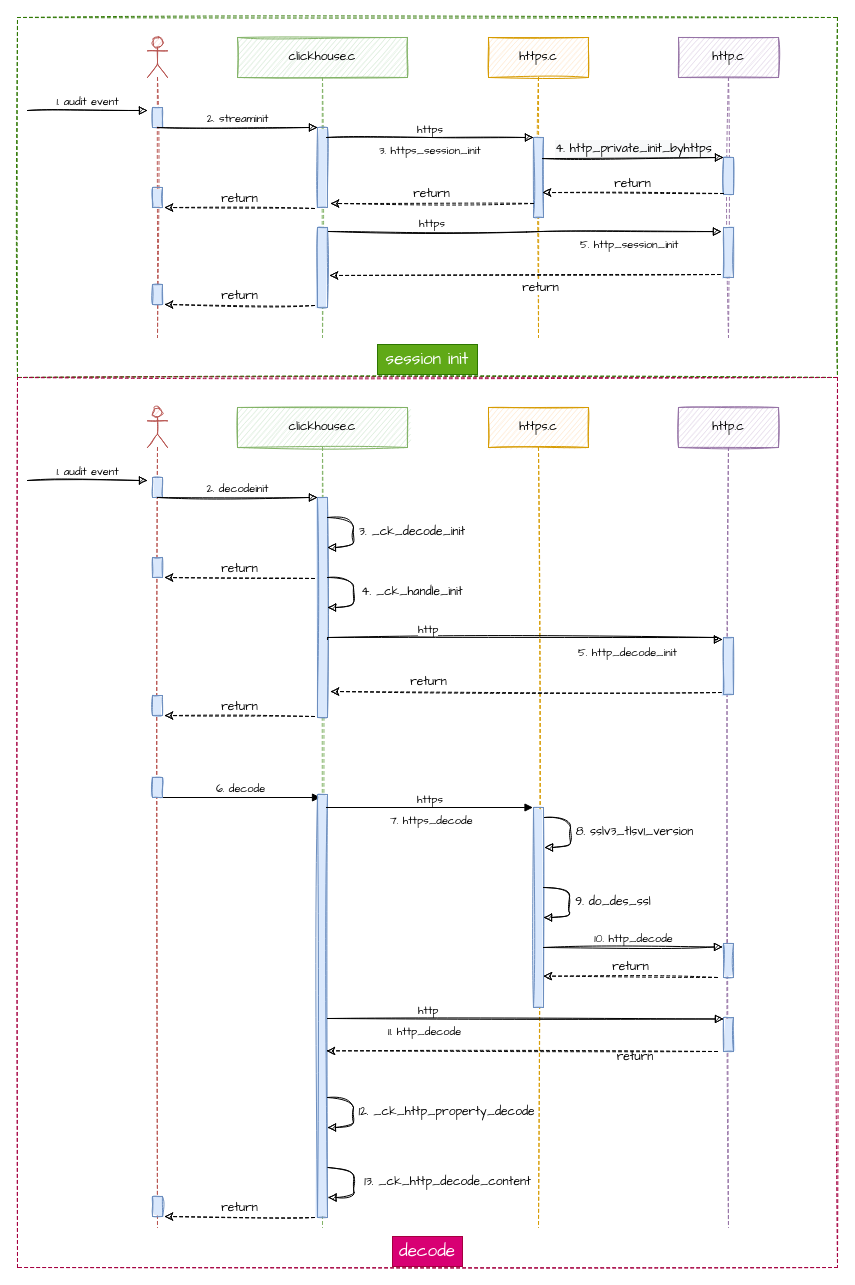
The draw.io diagram clickhouse interact http.drawio in leonce28/draw-io-img, before the edit. Source tidied: cells renumbered, new cells numbered last; positions are measured from the earlier drawing's top-left corner, leaving out a move shared by most shapes. Both pictures are drawn from the tidied source at 100%, with x=0, y=0 at pixel (17, 17).
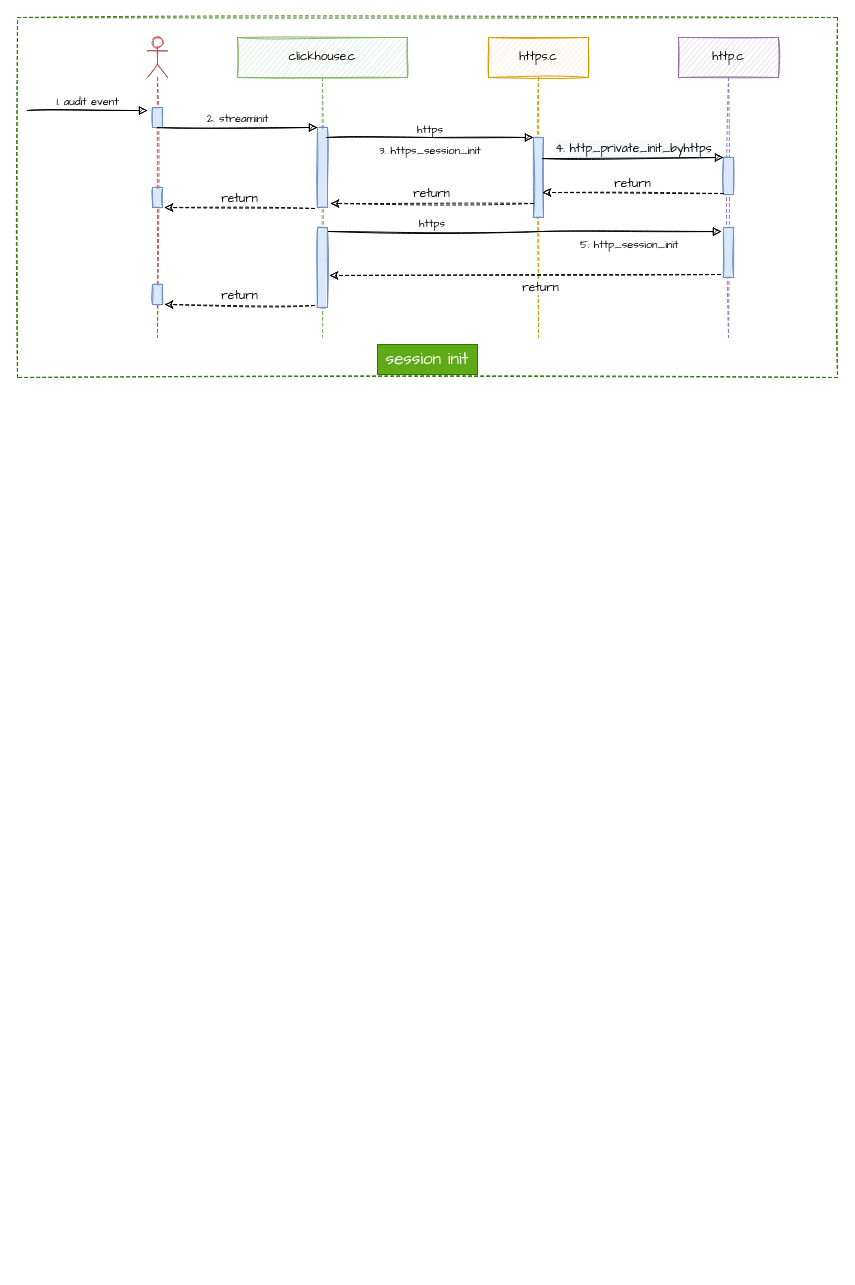
After the change.

Change to the diagram source:
```diff
@@
-    <mxCell id="28" style="rounded=0;whiteSpace=wrap;html=1;fontFamily=Comic Sans MS;fontSize=12;fillColor=none;dashed=1;sketch=1;horizontal=1;fontColor=#ffffff;strokeColor=#A50040;" parent="1" vertex="1">
-      <mxGeometry y="360" width="820" height="890" as="geometry" />
-    </mxCell>
-    <mxCell id="29" style="shape=umlLifeline;participant=umlActor;perimeter=lifelinePerimeter;whiteSpace=wrap;html=1;verticalAlign=top;spacingTop=36;horizontal=1;fontFamily=Comic Sans MS;sketch=1;fillColor=#f8cecc;strokeColor=#b85450;" parent="1" vertex="1">
-      <mxGeometry x="130" y="390" width="20" height="820" as="geometry" />
-    </mxCell>
-    <mxCell id="30" style="html=1;perimeter=orthogonalPerimeter;horizontal=1;fontFamily=Comic Sans MS;sketch=1;fillColor=#dae8fc;strokeColor=#6c8ebf;fillStyle=solid;" parent="29" vertex="1">
-      <mxGeometry x="5" y="70" width="10" height="20" as="geometry" />
-    </mxCell>
-    <mxCell id="31" style="html=1;perimeter=orthogonalPerimeter;horizontal=1;fontFamily=Comic Sans MS;sketch=1;fillColor=#dae8fc;strokeColor=#6c8ebf;fillStyle=solid;" parent="29" vertex="1">
-      <mxGeometry x="5" y="150" width="10" height="20" as="geometry" />
-    </mxCell>
-    <mxCell id="32" value="clickhouse.c" style="shape=umlLifeline;perimeter=lifelinePerimeter;whiteSpace=wrap;html=1;horizontal=1;fontFamily=Comic Sans MS;sketch=1;fillColor=#d5e8d4;strokeColor=#82b366;" parent="1" vertex="1">
-      <mxGeometry x="220" y="390" width="170" height="820" as="geometry" />
-    </mxCell>
-    <mxCell id="33" style="html=1;points=[];perimeter=orthogonalPerimeter;horizontal=1;fontFamily=Comic Sans MS;sketch=1;fillColor=#dae8fc;strokeColor=#6c8ebf;fillStyle=solid;" parent="32" vertex="1">
-      <mxGeometry x="80" y="90" width="10" height="220" as="geometry" />
-    </mxCell>
-    <mxCell id="34" value="return" style="html=1;verticalAlign=bottom;endArrow=classic;dashed=1;endSize=6;exitX=0;exitY=0.95;rounded=0;fontFamily=Comic Sans MS;fontSize=12;fontColor=default;strokeWidth=1;endFill=1;horizontal=1;sketch=1;" parent="32" edge="1">
-      <mxGeometry relative="1" as="geometry">
-        <mxPoint x="77" y="171" as="sourcePoint" />
-        <mxPoint x="-73" y="170" as="targetPoint" />
-      </mxGeometry>
-    </mxCell>
-    <mxCell id="35" style="endArrow=block;endFill=1;endSize=6;html=1;align=left;verticalAlign=top;exitX=0.9;exitY=0.25;exitDx=0;exitDy=0;exitPerimeter=0;strokeWidth=1;horizontal=1;fontFamily=Comic Sans MS;sketch=1;curved=1;" parent="32" edge="1">
-      <mxGeometry relative="1" as="geometry">
-        <mxPoint x="90" y="110" as="sourcePoint" />
-        <mxPoint x="90" y="140" as="targetPoint" />
-        <Array as="points">
-          <mxPoint x="116" y="110" />
-          <mxPoint x="116" y="130" />
-          <mxPoint x="116" y="140" />
-        </Array>
-      </mxGeometry>
-    </mxCell>
-    <mxCell id="36" value="6. decode" style="html=1;verticalAlign=bottom;endArrow=block;entryX=0;entryY=0;rounded=0;horizontal=1;fontFamily=Comic Sans MS;" parent="32" edge="1">
-      <mxGeometry relative="1" as="geometry">
-        <mxPoint x="-77" y="390" as="sourcePoint" />
-        <mxPoint x="83" y="390" as="targetPoint" />
-      </mxGeometry>
-    </mxCell>
-    <mxCell id="37" style="html=1;points=[];perimeter=orthogonalPerimeter;horizontal=1;fontFamily=Comic Sans MS;labelBackgroundColor=default;endArrow=block;fontSize=12;align=center;verticalAlign=middle;rounded=0;endFill=1;sketch=1;fillColor=#dae8fc;strokeColor=#6c8ebf;fillStyle=solid;" parent="32" vertex="1">
-      <mxGeometry x="80" y="387" width="10" height="423" as="geometry" />
-    </mxCell>
-    <mxCell id="38" style="html=1;perimeter=orthogonalPerimeter;horizontal=1;fontFamily=Comic Sans MS;sketch=1;fillColor=#dae8fc;strokeColor=#6c8ebf;fillStyle=solid;" parent="32" vertex="1">
-      <mxGeometry x="-85" y="789" width="10" height="20" as="geometry" />
-    </mxCell>
-    <mxCell id="39" value="return" style="html=1;verticalAlign=bottom;endArrow=classic;dashed=1;endSize=6;exitX=0;exitY=0.95;rounded=0;fontFamily=Comic Sans MS;fontSize=12;fontColor=default;strokeWidth=1;endFill=1;horizontal=1;sketch=1;" parent="32" edge="1">
-      <mxGeometry relative="1" as="geometry">
-        <mxPoint x="77" y="810" as="sourcePoint" />
-        <mxPoint x="-73" y="809" as="targetPoint" />
-      </mxGeometry>
-    </mxCell>
-    <mxCell id="40" value="https.c" style="shape=umlLifeline;perimeter=lifelinePerimeter;whiteSpace=wrap;html=1;horizontal=1;fontFamily=Comic Sans MS;sketch=1;fillColor=#ffe6cc;strokeColor=#d79b00;" parent="1" vertex="1">
-      <mxGeometry x="471" y="390" width="100" height="820" as="geometry" />
-    </mxCell>
-    <mxCell id="41" value="return" style="html=1;verticalAlign=bottom;endArrow=classic;dashed=1;endSize=6;exitX=-0.2;exitY=0.965;rounded=0;fontFamily=Comic Sans MS;fontSize=12;fontColor=default;strokeWidth=1;entryX=1.3;entryY=0.95;entryDx=0;entryDy=0;entryPerimeter=0;endFill=1;exitDx=0;exitDy=0;exitPerimeter=0;horizontal=1;sketch=1;" parent="40" edge="1" source="45">
-      <mxGeometry x="0.5" relative="1" as="geometry">
-        <mxPoint x="-158" y="284" as="targetPoint" />
-      </mxGeometry>
-    </mxCell>
-    <mxCell id="42" style="html=1;points=[];perimeter=orthogonalPerimeter;horizontal=1;fontFamily=Comic Sans MS;labelBackgroundColor=default;endArrow=block;fontSize=12;align=center;verticalAlign=middle;rounded=0;endFill=1;sketch=1;fillColor=#dae8fc;strokeColor=#6c8ebf;fillStyle=solid;" parent="40" vertex="1">
-      <mxGeometry x="45" y="400" width="10" height="200" as="geometry" />
-    </mxCell>
-    <mxCell id="43" style="endArrow=block;endFill=1;endSize=6;html=1;align=left;verticalAlign=top;exitX=0.9;exitY=0.25;exitDx=0;exitDy=0;exitPerimeter=0;strokeWidth=1;horizontal=1;fontFamily=Comic Sans MS;sketch=1;curved=1;" parent="40" edge="1">
-      <mxGeometry relative="1" as="geometry">
-        <mxPoint x="56" y="410" as="sourcePoint" />
-        <mxPoint x="56" y="440" as="targetPoint" />
-        <Array as="points">
-          <mxPoint x="82" y="410" />
-          <mxPoint x="82" y="430" />
-          <mxPoint x="82" y="440" />
-        </Array>
-      </mxGeometry>
-    </mxCell>
-    <mxCell id="44" value="http.c" style="shape=umlLifeline;perimeter=lifelinePerimeter;whiteSpace=wrap;html=1;horizontal=1;fontFamily=Comic Sans MS;sketch=1;fillColor=#e1d5e7;strokeColor=#9673a6;" parent="1" vertex="1">
-      <mxGeometry x="661" y="390" width="100" height="820" as="geometry" />
-    </mxCell>
-    <mxCell id="45" style="html=1;points=[];perimeter=orthogonalPerimeter;fontFamily=Comic Sans MS;fontSize=12;fontColor=default;fillColor=#dae8fc;gradientColor=none;horizontal=1;sketch=1;strokeColor=#6c8ebf;fillStyle=solid;" parent="44" vertex="1">
-      <mxGeometry x="45" y="230" width="10" height="57" as="geometry" />
-    </mxCell>
-    <mxCell id="46" style="html=1;perimeter=orthogonalPerimeter;fontFamily=Comic Sans MS;fontSize=12;fontColor=default;fillColor=#dae8fc;gradientColor=none;horizontal=1;labelBackgroundColor=default;endArrow=block;align=center;verticalAlign=middle;rounded=0;endFill=1;sketch=1;strokeColor=#6c8ebf;fillStyle=solid;" parent="44" vertex="1">
-      <mxGeometry x="45" y="536" width="10" height="34" as="geometry" />
-    </mxCell>
-    <mxCell id="47" value="return" style="html=1;verticalAlign=bottom;endArrow=classic;dashed=1;endSize=6;exitX=0;exitY=0.95;rounded=0;fontFamily=Comic Sans MS;fontSize=12;fontColor=default;strokeWidth=1;endFill=1;entryX=1;entryY=0.843;entryDx=0;entryDy=0;entryPerimeter=0;horizontal=1;sketch=1;" parent="44" edge="1" target="42">
-      <mxGeometry relative="1" as="geometry">
-        <mxPoint x="39" y="570" as="sourcePoint" />
-      </mxGeometry>
-    </mxCell>
-    <mxCell id="48" style="html=1;points=[];perimeter=orthogonalPerimeter;fontFamily=Comic Sans MS;fontSize=12;fontColor=default;fillColor=#dae8fc;gradientColor=none;horizontal=1;labelBackgroundColor=default;endArrow=block;align=center;verticalAlign=middle;rounded=0;endFill=1;sketch=1;strokeColor=#6c8ebf;fillStyle=solid;" parent="44" vertex="1">
-      <mxGeometry x="45" y="610" width="10" height="34" as="geometry" />
-    </mxCell>
-    <mxCell id="49" style="html=1;verticalAlign=bottom;endArrow=classic;dashed=1;endSize=6;exitX=0;exitY=0.95;rounded=0;fontFamily=Comic Sans MS;fontSize=12;fontColor=default;strokeWidth=1;endFill=1;entryX=0.9;entryY=0.606;entryDx=0;entryDy=0;entryPerimeter=0;horizontal=1;sketch=1;" parent="44" edge="1" target="37">
-      <mxGeometry x="-0.54" y="16" relative="1" as="geometry">
-        <mxPoint x="39" y="644" as="sourcePoint" />
-      </mxGeometry>
-    </mxCell>
-    <mxCell id="50" value="1. audit event" style="html=1;verticalAlign=bottom;endArrow=block;rounded=0;horizontal=1;fontFamily=Comic Sans MS;sketch=1;" parent="1" edge="1">
-      <mxGeometry relative="1" as="geometry">
-        <mxPoint x="10" y="463" as="sourcePoint" />
-        <mxPoint x="130" y="463" as="targetPoint" />
-      </mxGeometry>
-    </mxCell>
-    <mxCell id="51" value="2. decodeinit" style="html=1;verticalAlign=bottom;endArrow=block;entryX=0;entryY=0;rounded=0;horizontal=1;fontFamily=Comic Sans MS;sketch=1;" parent="1" edge="1" target="33">
-      <mxGeometry relative="1" as="geometry">
-        <mxPoint x="140" y="480" as="sourcePoint" />
-      </mxGeometry>
-    </mxCell>
-    <mxCell id="52" value="decode" style="text;html=1;strokeColor=#A50040;fillColor=#d80073;align=center;verticalAlign=middle;whiteSpace=wrap;rounded=0;fontFamily=Comic Sans MS;fontSize=17;fontColor=#ffffff;horizontal=1;" parent="1" vertex="1">
-      <mxGeometry x="375" y="1219" width="70" height="30" as="geometry" />
-    </mxCell>
-    <mxCell id="53" value="&lt;span style=&quot;text-align: center&quot;&gt;5. http_decode_init&lt;/span&gt;" style="endArrow=block;endFill=1;html=1;edgeStyle=orthogonalEdgeStyle;align=left;verticalAlign=top;rounded=0;entryX=-0.1;entryY=0.035;entryDx=0;entryDy=0;entryPerimeter=0;horizontal=1;fontFamily=Comic Sans MS;sketch=1;" parent="1" edge="1" target="45">
-      <mxGeometry x="0.26" y="-2" relative="1" as="geometry">
-        <mxPoint x="310" y="622" as="sourcePoint" />
-        <Array as="points">
-          <mxPoint x="700" y="620" />
-          <mxPoint x="700" y="622" />
-        </Array>
-      </mxGeometry>
-    </mxCell>
-    <mxCell id="54" value="http" style="edgeLabel;html=1;align=left;verticalAlign=bottom;horizontal=1;fontFamily=Comic Sans MS;" parent="53" vertex="1">
-      <mxGeometry x="-1" relative="1" as="geometry">
-        <mxPoint x="89" y="-2" as="offset" />
-      </mxGeometry>
-    </mxCell>
-    <mxCell id="55" value="3. _ck_decode_init" style="text;html=1;strokeColor=none;fillColor=none;align=center;verticalAlign=middle;whiteSpace=wrap;rounded=0;dashed=1;fontFamily=Comic Sans MS;fontSize=12;fontColor=default;horizontal=1;" parent="1" vertex="1">
-      <mxGeometry x="340" y="500" width="110" height="30" as="geometry" />
-    </mxCell>
-    <mxCell id="56" style="endArrow=block;endFill=1;endSize=6;html=1;align=left;verticalAlign=top;exitX=0.9;exitY=0.25;exitDx=0;exitDy=0;exitPerimeter=0;strokeWidth=1;horizontal=1;fontFamily=Comic Sans MS;sketch=1;curved=1;" parent="1" edge="1">
-      <mxGeometry relative="1" as="geometry">
-        <mxPoint x="310" y="560" as="sourcePoint" />
-        <mxPoint x="310" y="590" as="targetPoint" />
-        <Array as="points">
-          <mxPoint x="336" y="560" />
-          <mxPoint x="336" y="580" />
-          <mxPoint x="336" y="590" />
-        </Array>
-      </mxGeometry>
-    </mxCell>
-    <mxCell id="57" value="4. _ck_handle_init" style="text;html=1;strokeColor=none;fillColor=none;align=center;verticalAlign=middle;whiteSpace=wrap;rounded=0;dashed=1;fontFamily=Comic Sans MS;fontSize=12;fontColor=default;horizontal=1;" parent="1" vertex="1">
-      <mxGeometry x="340" y="560" width="110" height="30" as="geometry" />
-    </mxCell>
-    <mxCell id="58" style="html=1;perimeter=orthogonalPerimeter;horizontal=1;fontFamily=Comic Sans MS;sketch=1;fillColor=#dae8fc;strokeColor=#6c8ebf;fillStyle=solid;" parent="1" vertex="1">
-      <mxGeometry x="135" y="678" width="10" height="20" as="geometry" />
-    </mxCell>
-    <mxCell id="59" value="return" style="html=1;verticalAlign=bottom;endArrow=classic;dashed=1;endSize=6;exitX=0;exitY=0.95;rounded=0;fontFamily=Comic Sans MS;fontSize=12;fontColor=default;strokeWidth=1;endFill=1;horizontal=1;sketch=1;" parent="1" edge="1">
-      <mxGeometry relative="1" as="geometry">
-        <mxPoint x="297" y="699" as="sourcePoint" />
-        <mxPoint x="147" y="698" as="targetPoint" />
-      </mxGeometry>
-    </mxCell>
-    <mxCell id="60" value="&lt;span style=&quot;text-align: center&quot;&gt;7. https_decode&amp;nbsp;&lt;/span&gt;" style="endArrow=block;endFill=1;html=1;edgeStyle=orthogonalEdgeStyle;align=left;verticalAlign=top;rounded=0;exitX=0.9;exitY=0.125;exitDx=0;exitDy=0;exitPerimeter=0;jumpSize=6;horizontal=1;fontFamily=Comic Sans MS;" parent="1" edge="1">
-      <mxGeometry x="-0.41" relative="1" as="geometry">
-        <mxPoint x="308.5" y="790" as="sourcePoint" />
-        <mxPoint x="515.5" y="790" as="targetPoint" />
-        <mxPoint x="1" as="offset" />
-      </mxGeometry>
-    </mxCell>
-    <mxCell id="61" value="https" style="edgeLabel;html=1;align=left;verticalAlign=bottom;horizontal=1;fontFamily=Comic Sans MS;" parent="60" vertex="1">
-      <mxGeometry x="-1" relative="1" as="geometry">
-        <mxPoint x="89" as="offset" />
-      </mxGeometry>
-    </mxCell>
-    <mxCell id="62" style="html=1;perimeter=orthogonalPerimeter;horizontal=1;fontFamily=Comic Sans MS;sketch=1;fillColor=#dae8fc;strokeColor=#6c8ebf;fillStyle=solid;" parent="1" vertex="1">
-      <mxGeometry x="135" y="760" width="10" height="20" as="geometry" />
-    </mxCell>
-    <mxCell id="63" value="8. sslv3_tlsv1_version" style="text;html=1;strokeColor=none;fillColor=none;align=center;verticalAlign=middle;whiteSpace=wrap;rounded=0;dashed=1;fontFamily=Comic Sans MS;fontSize=12;fontColor=default;horizontal=1;" parent="1" vertex="1">
-      <mxGeometry x="553" y="800" width="129" height="30" as="geometry" />
-    </mxCell>
-    <mxCell id="64" style="endArrow=block;endFill=1;endSize=6;html=1;align=left;verticalAlign=top;exitX=0.9;exitY=0.25;exitDx=0;exitDy=0;exitPerimeter=0;strokeWidth=1;horizontal=1;fontFamily=Comic Sans MS;sketch=1;curved=1;" parent="1" edge="1">
-      <mxGeometry relative="1" as="geometry">
-        <mxPoint x="526" y="870" as="sourcePoint" />
-        <mxPoint x="526" y="900" as="targetPoint" />
-        <Array as="points">
-          <mxPoint x="552" y="870" />
-          <mxPoint x="552" y="890" />
-          <mxPoint x="552" y="900" />
-        </Array>
-      </mxGeometry>
-    </mxCell>
-    <mxCell id="65" value="9. do_des_ssl" style="text;html=1;strokeColor=none;fillColor=none;align=center;verticalAlign=middle;whiteSpace=wrap;rounded=0;dashed=1;fontFamily=Comic Sans MS;fontSize=12;fontColor=default;horizontal=1;" parent="1" vertex="1">
-      <mxGeometry x="552" y="870" width="88" height="30" as="geometry" />
-    </mxCell>
-    <mxCell id="66" value="10. http_decode" style="html=1;verticalAlign=bottom;endArrow=block;entryX=-0.2;entryY=0.167;rounded=0;entryDx=0;entryDy=0;entryPerimeter=0;horizontal=1;fontFamily=Comic Sans MS;sketch=1;" parent="1" edge="1">
-      <mxGeometry relative="1" as="geometry">
-        <mxPoint x="526" y="930" as="sourcePoint" />
-        <mxPoint x="705" y="929.5" as="targetPoint" />
-      </mxGeometry>
-    </mxCell>
-    <mxCell id="67" value="&lt;span style=&quot;text-align: center&quot;&gt;11. http_decode&lt;/span&gt;" style="endArrow=block;endFill=1;html=1;edgeStyle=orthogonalEdgeStyle;align=left;verticalAlign=top;rounded=0;jumpSize=6;entryX=0;entryY=0.044;entryDx=0;entryDy=0;entryPerimeter=0;horizontal=1;fontFamily=Comic Sans MS;sketch=1;" parent="1" edge="1" target="48">
-      <mxGeometry x="-0.7" relative="1" as="geometry">
-        <mxPoint x="310" y="1001" as="sourcePoint" />
-      </mxGeometry>
-    </mxCell>
-    <mxCell id="68" value="http" style="edgeLabel;html=1;align=left;verticalAlign=bottom;horizontal=1;fontFamily=Comic Sans MS;" parent="67" vertex="1">
-      <mxGeometry x="-1" relative="1" as="geometry">
-        <mxPoint x="89" as="offset" />
-      </mxGeometry>
-    </mxCell>
-    <mxCell id="69" value="return" style="text;html=1;strokeColor=none;fillColor=none;align=center;verticalAlign=middle;whiteSpace=wrap;rounded=0;dashed=1;fontFamily=Comic Sans MS;fontSize=12;fontColor=default;horizontal=1;" parent="1" vertex="1">
-      <mxGeometry x="592.5" y="1030" width="50" height="20" as="geometry" />
-    </mxCell>
-    <mxCell id="70" style="endArrow=block;endFill=1;endSize=6;html=1;align=left;verticalAlign=top;exitX=0.9;exitY=0.25;exitDx=0;exitDy=0;exitPerimeter=0;strokeWidth=1;horizontal=1;fontFamily=Comic Sans MS;sketch=1;curved=1;" parent="1" edge="1">
-      <mxGeometry relative="1" as="geometry">
-        <mxPoint x="310" y="1080" as="sourcePoint" />
-        <mxPoint x="310" y="1110" as="targetPoint" />
-        <Array as="points">
-          <mxPoint x="336" y="1080" />
-          <mxPoint x="336" y="1100" />
-          <mxPoint x="336" y="1110" />
-        </Array>
-      </mxGeometry>
-    </mxCell>
-    <mxCell id="71" value="12. _ck_http_property_decode" style="text;html=1;strokeColor=none;fillColor=none;align=center;verticalAlign=middle;whiteSpace=wrap;rounded=0;dashed=1;fontFamily=Comic Sans MS;fontSize=12;fontColor=default;horizontal=1;" parent="1" vertex="1">
-      <mxGeometry x="339" y="1080" width="181" height="30" as="geometry" />
-    </mxCell>
-    <mxCell id="72" style="endArrow=block;endFill=1;endSize=6;html=1;align=left;verticalAlign=top;exitX=0.9;exitY=0.25;exitDx=0;exitDy=0;exitPerimeter=0;strokeWidth=1;horizontal=1;fontFamily=Comic Sans MS;sketch=1;curved=1;" parent="1" edge="1">
-      <mxGeometry relative="1" as="geometry">
-        <mxPoint x="310.5" y="1150" as="sourcePoint" />
-        <mxPoint x="310.5" y="1180" as="targetPoint" />
-        <Array as="points">
-          <mxPoint x="336.5" y="1150" />
-          <mxPoint x="336.5" y="1170" />
-          <mxPoint x="336.5" y="1180" />
-        </Array>
-      </mxGeometry>
-    </mxCell>
-    <mxCell id="73" value="13. _ck_http_decode_content" style="text;html=1;strokeColor=none;fillColor=none;align=center;verticalAlign=middle;whiteSpace=wrap;rounded=0;dashed=1;fontFamily=Comic Sans MS;fontSize=12;fontColor=default;horizontal=1;" parent="1" vertex="1">
-      <mxGeometry x="339.5" y="1150" width="180.5" height="30" as="geometry" />
-    </mxCell>
```
